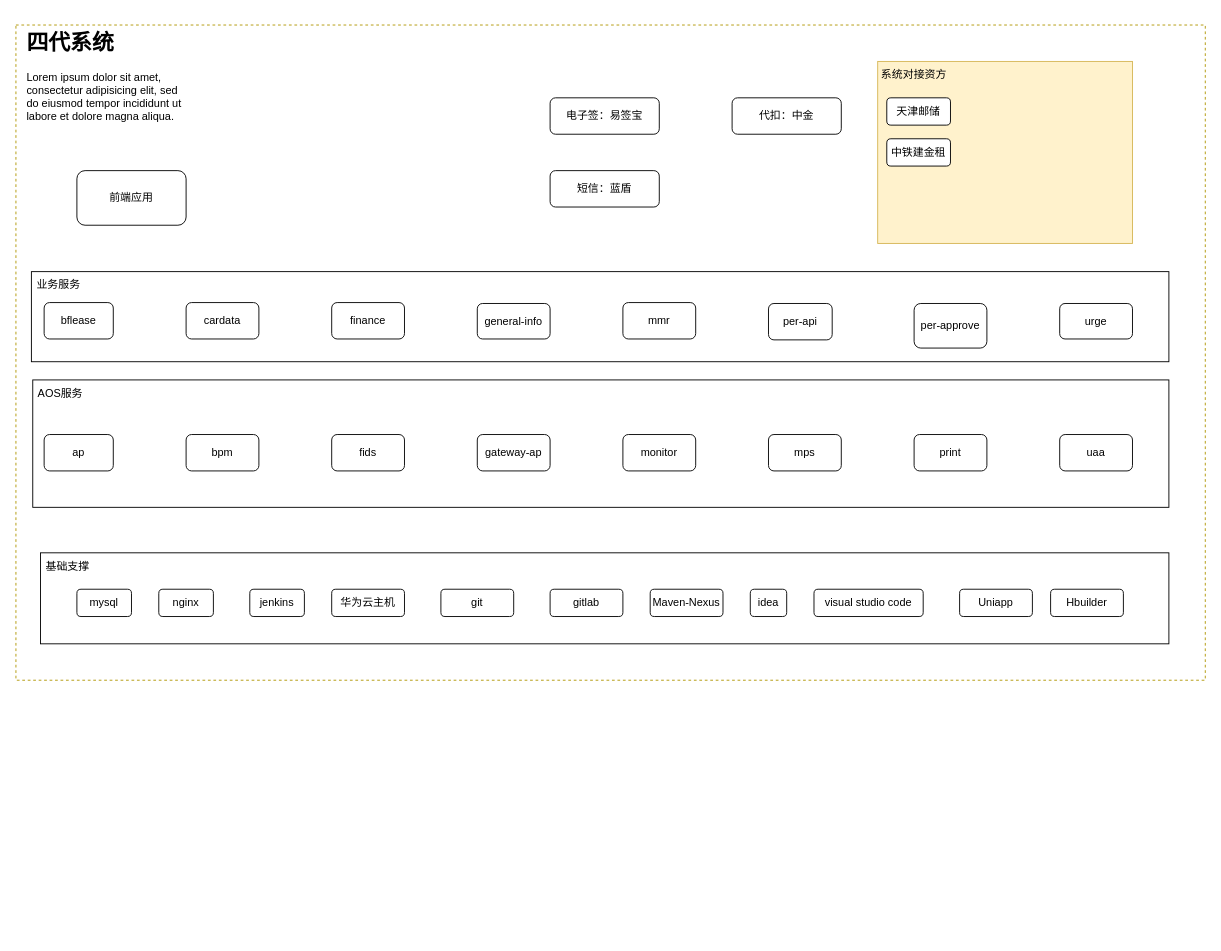
Above: 现有系统结构.drawio in XiongZen/QJReconstitution (draw.io), before the change. Source tidied: cells renumbered, new cells numbered last; positions are measured from the earlier drawing's top-left corner, leaving out a move shared by most shapes. Both pictures are drawn from the tidied source at 91%, with x=0, y=0 at pixel (15, 25).
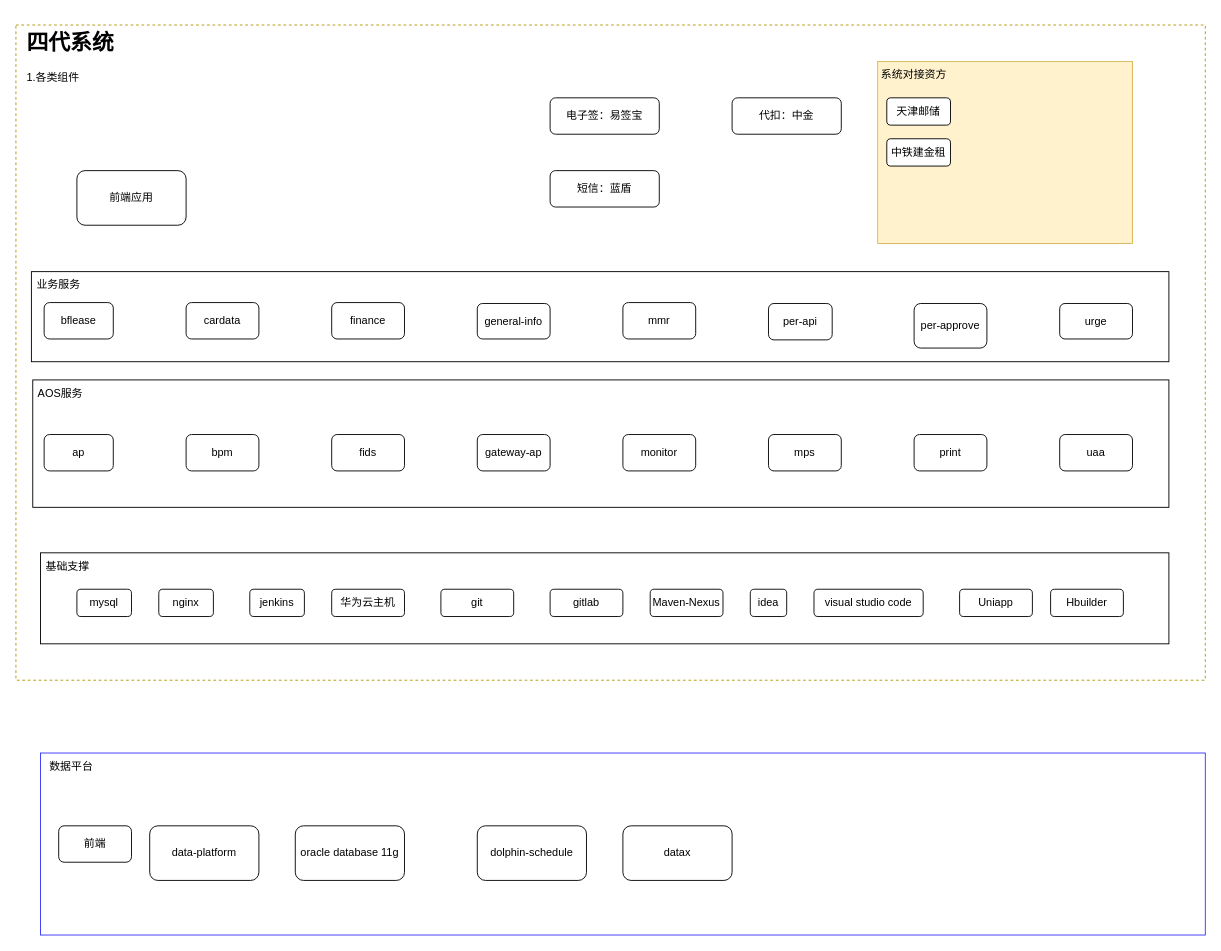
The same diagram, later.

Commit message (it also covers changes not shown here):
更新现有系统结构.drawio

Change to the diagram source:
```diff
@@
-    <mxCell id="22" value="&lt;h1&gt;四代系统&lt;/h1&gt;&lt;p&gt;Lorem ipsum dolor sit amet, consectetur adipisicing elit, sed do eiusmod tempor incididunt ut labore et dolore magna aliqua.&lt;/p&gt;" style="text;html=1;strokeColor=none;fillColor=none;spacing=5;spacingTop=-20;whiteSpace=wrap;overflow=hidden;rounded=0;" parent="1" vertex="1">
+    <mxCell id="22" value="&lt;h1&gt;四代系统&lt;br&gt;&lt;/h1&gt;&lt;div&gt;1.各类组件&lt;/div&gt;" style="text;html=1;strokeColor=none;fillColor=none;spacing=5;spacingTop=-20;whiteSpace=wrap;overflow=hidden;rounded=0;" parent="1" vertex="1">
       <mxGeometry x="7" width="190" height="120" as="geometry" />
     </mxCell>
@@
+    <mxCell id="45" style="rounded=0;whiteSpace=wrap;html=1;fillStyle=hatch;strokeColor=#3333FF;" parent="1" vertex="1">
+      <mxGeometry x="27" y="800" width="1280" height="200" as="geometry" />
+    </mxCell>
+    <mxCell id="46" value="前端" style="rounded=1;whiteSpace=wrap;html=1;" parent="1" vertex="1">
+      <mxGeometry x="47" y="880" width="80" height="40" as="geometry" />
+    </mxCell>
+    <mxCell id="47" value="data-platform" style="rounded=1;whiteSpace=wrap;html=1;" parent="1" vertex="1">
+      <mxGeometry x="147" y="880" width="120" height="60" as="geometry" />
+    </mxCell>
+    <mxCell id="48" value="oracle database 11g" style="rounded=1;whiteSpace=wrap;html=1;" parent="1" vertex="1">
+      <mxGeometry x="307" y="880" width="120" height="60" as="geometry" />
+    </mxCell>
+    <mxCell id="49" value="dolphin-schedule" style="rounded=1;whiteSpace=wrap;html=1;" parent="1" vertex="1">
+      <mxGeometry x="507" y="880" width="120" height="60" as="geometry" />
+    </mxCell>
+    <mxCell id="50" value="datax" style="rounded=1;whiteSpace=wrap;html=1;" parent="1" vertex="1">
+      <mxGeometry x="667" y="880" width="120" height="60" as="geometry" />
+    </mxCell>
+    <mxCell id="51" value="数据平台" style="text;html=1;strokeColor=none;fillColor=none;align=center;verticalAlign=middle;whiteSpace=wrap;rounded=0;" parent="1" vertex="1">
+      <mxGeometry x="31" y="800" width="60" height="30" as="geometry" />
+    </mxCell>
```
